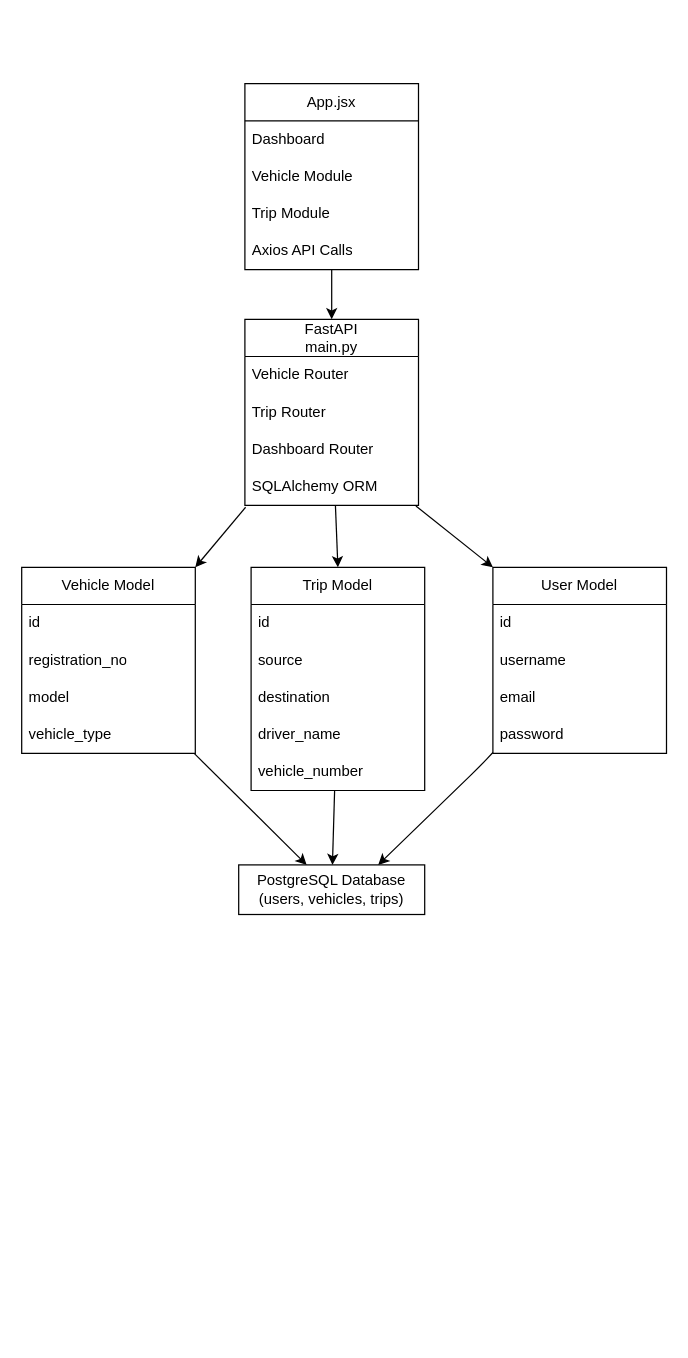
Earlier version of the draw.io diagram docs/diagrams/class-diagram.drawio (Abishekcoder18/vehicle-tracking-platform). Source tidied: cells renumbered, new cells numbered last; positions are measured from the earlier drawing's top-left corner, leaving out a move shared by most shapes. Both pictures are drawn from the tidied source at 124%, with x=0, y=0 at pixel (21, 83).
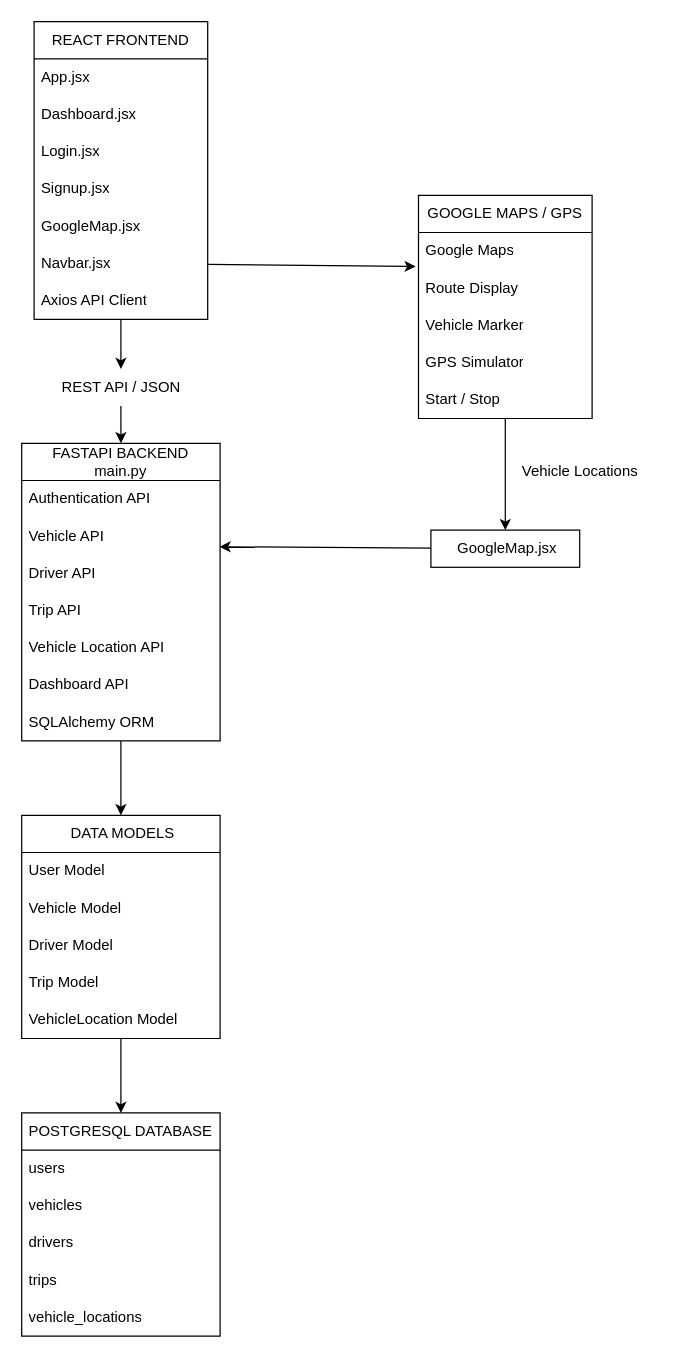
The same page after the edit.

The edit, as a diff of the source:
```diff
@@
-    <mxCell id="2" style="edgeStyle=none;html=1;entryX=0.5;entryY=0;entryDx=0;entryDy=0;" parent="1" edge="1" source="3" target="10">
-      <mxGeometry relative="1" as="geometry" />
-    </mxCell>
+    <mxCell id="36" style="edgeStyle=none;html=1;" parent="1" edge="1" source="3" target="45">
+      <mxGeometry relative="1" as="geometry" />
+    </mxCell>
-    <mxCell id="3" value="App.jsx" style="swimlane;fontStyle=0;horizontal=1;startSize=30;whiteSpace=wrap;html=1;" parent="1" vertex="1">
-      <mxGeometry x="180" width="140" height="150" as="geometry" />
+    <mxCell id="3" value="REACT FRONTEND" style="swimlane;fontStyle=0;horizontal=1;startSize=30;whiteSpace=wrap;html=1;" parent="1" vertex="1">
+      <mxGeometry x="10" y="-50" width="140" height="240" as="geometry" />
     </mxCell>
-    <mxCell id="4" value="Dashboard" style="text;strokeColor=none;fillColor=none;align=left;verticalAlign=middle;spacingLeft=4;spacingRight=4;overflow=hidden;whiteSpace=wrap;html=1;" parent="3" vertex="1">
+    <mxCell id="4" value="App.jsx " style="text;strokeColor=none;fillColor=none;align=left;verticalAlign=middle;spacingLeft=4;spacingRight=4;overflow=hidden;whiteSpace=wrap;html=1;" parent="3" vertex="1">
       <mxGeometry y="30" width="140" height="30" as="geometry" />
     </mxCell>
-    <mxCell id="5" value="Vehicle Module" style="text;strokeColor=none;fillColor=none;align=left;verticalAlign=middle;spacingLeft=4;spacingRight=4;overflow=hidden;whiteSpace=wrap;html=1;" parent="3" vertex="1">
+    <mxCell id="5" value=" Dashboard.jsx " style="text;strokeColor=none;fillColor=none;align=left;verticalAlign=middle;spacingLeft=4;spacingRight=4;overflow=hidden;whiteSpace=wrap;html=1;" parent="3" vertex="1">
       <mxGeometry y="60" width="140" height="30" as="geometry" />
     </mxCell>
-    <mxCell id="6" value="Trip Module" style="text;strokeColor=none;fillColor=none;align=left;verticalAlign=middle;spacingLeft=4;spacingRight=4;overflow=hidden;whiteSpace=wrap;html=1;" parent="3" vertex="1">
+    <mxCell id="6" value="Login.jsx " style="text;strokeColor=none;fillColor=none;align=left;verticalAlign=middle;spacingLeft=4;spacingRight=4;overflow=hidden;whiteSpace=wrap;html=1;" parent="3" vertex="1">
       <mxGeometry y="90" width="140" height="30" as="geometry" />
     </mxCell>
-    <mxCell id="7" value="Axios API Calls" style="text;strokeColor=none;fillColor=none;align=left;verticalAlign=middle;spacingLeft=4;spacingRight=4;overflow=hidden;whiteSpace=wrap;html=1;" parent="3" vertex="1">
+    <mxCell id="7" value="Signup.jsx" style="text;strokeColor=none;fillColor=none;align=left;verticalAlign=middle;spacingLeft=4;spacingRight=4;overflow=hidden;whiteSpace=wrap;html=1;" parent="3" vertex="1">
       <mxGeometry y="120" width="140" height="30" as="geometry" />
     </mxCell>
-    <mxCell id="8" style="edgeStyle=none;html=1;entryX=0;entryY=0;entryDx=0;entryDy=0;exitX=0.985;exitY=1.018;exitDx=0;exitDy=0;exitPerimeter=0;" parent="1" edge="1" source="14" target="23">
-      <mxGeometry relative="1" as="geometry" />
-    </mxCell>
-    <mxCell id="9" style="edgeStyle=none;html=1;entryX=0.5;entryY=0;entryDx=0;entryDy=0;" parent="1" edge="1" source="10" target="16">
-      <mxGeometry relative="1" as="geometry" />
-    </mxCell>
+    <mxCell id="37" value="GoogleMap.jsx" style="text;strokeColor=none;fillColor=none;align=left;verticalAlign=middle;spacingLeft=4;spacingRight=4;overflow=hidden;whiteSpace=wrap;html=1;" parent="3" vertex="1">
+      <mxGeometry y="150" width="140" height="30" as="geometry" />
+    </mxCell>
+    <mxCell id="38" value="Navbar.jsx          " style="text;strokeColor=none;fillColor=none;align=left;verticalAlign=middle;spacingLeft=4;spacingRight=4;overflow=hidden;points=[[0,0.5],[1,0.5]];portConstraint=eastwest;whiteSpace=wrap;html=1;" parent="3" vertex="1">
+      <mxGeometry y="180" width="140" height="30" as="geometry" />
+    </mxCell>
+    <mxCell id="39" value="Axios API Client" style="text;strokeColor=none;fillColor=none;align=left;verticalAlign=middle;spacingLeft=4;spacingRight=4;overflow=hidden;whiteSpace=wrap;html=1;" parent="3" vertex="1">
+      <mxGeometry y="210" width="140" height="30" as="geometry" />
+    </mxCell>
+    <mxCell id="40" style="edgeStyle=none;html=1;entryX=0.5;entryY=0;entryDx=0;entryDy=0;" parent="1" edge="1" source="10" target="47">
+      <mxGeometry relative="1" as="geometry" />
+    </mxCell>
-    <mxCell id="10" value="FastAPI&lt;div&gt;main.py&lt;/div&gt;" style="swimlane;fontStyle=0;horizontal=1;startSize=30;whiteSpace=wrap;html=1;" parent="1" vertex="1">
-      <mxGeometry x="180" y="190" width="140" height="150" as="geometry" />
+    <mxCell id="10" value="FASTAPI BACKEND&lt;br&gt;&lt;div&gt;main.py&lt;/div&gt;" style="swimlane;fontStyle=0;horizontal=1;startSize=30;whiteSpace=wrap;html=1;" parent="1" vertex="1">
+      <mxGeometry y="290" width="160" height="240" as="geometry" />
     </mxCell>
-    <mxCell id="11" value="Vehicle Router" style="text;strokeColor=none;fillColor=none;align=left;verticalAlign=middle;spacingLeft=4;spacingRight=4;overflow=hidden;whiteSpace=wrap;html=1;" parent="10" vertex="1">
-      <mxGeometry y="30" width="140" height="30" as="geometry" />
+    <mxCell id="11" value="Authentication API" style="text;strokeColor=none;fillColor=none;align=left;verticalAlign=middle;spacingLeft=4;spacingRight=4;overflow=hidden;whiteSpace=wrap;html=1;" parent="10" vertex="1">
+      <mxGeometry y="30" width="160" height="30" as="geometry" />
     </mxCell>
-    <mxCell id="12" value="Trip Router" style="text;strokeColor=none;fillColor=none;align=left;verticalAlign=middle;spacingLeft=4;spacingRight=4;overflow=hidden;points=[[0,0.5],[1,0.5]];portConstraint=eastwest;whiteSpace=wrap;html=1;" parent="10" vertex="1">
-      <mxGeometry y="60" width="140" height="30" as="geometry" />
+    <mxCell id="12" value="Vehicle API" style="text;strokeColor=none;fillColor=none;align=left;verticalAlign=middle;spacingLeft=4;spacingRight=4;overflow=hidden;points=[[0,0.5],[1,0.5]];portConstraint=eastwest;whiteSpace=wrap;html=1;" parent="10" vertex="1">
+      <mxGeometry y="60" width="160" height="30" as="geometry" />
     </mxCell>
-    <mxCell id="13" value="Dashboard Router " style="text;strokeColor=none;fillColor=none;align=left;verticalAlign=middle;spacingLeft=4;spacingRight=4;overflow=hidden;whiteSpace=wrap;html=1;" parent="10" vertex="1">
-      <mxGeometry y="90" width="140" height="30" as="geometry" />
+    <mxCell id="13" value="Driver API  " style="text;strokeColor=none;fillColor=none;align=left;verticalAlign=middle;spacingLeft=4;spacingRight=4;overflow=hidden;whiteSpace=wrap;html=1;" parent="10" vertex="1">
+      <mxGeometry y="90" width="160" height="30" as="geometry" />
     </mxCell>
-    <mxCell id="14" value="SQLAlchemy ORM " style="text;strokeColor=none;fillColor=none;align=left;verticalAlign=middle;spacingLeft=4;spacingRight=4;overflow=hidden;points=[[0,0.5],[1,0.5]];portConstraint=eastwest;whiteSpace=wrap;html=1;" parent="10" vertex="1">
-      <mxGeometry y="120" width="140" height="30" as="geometry" />
+    <mxCell id="14" value="Trip API   " style="text;strokeColor=none;fillColor=none;align=left;verticalAlign=middle;spacingLeft=4;spacingRight=4;overflow=hidden;points=[[0,0.5],[1,0.5]];portConstraint=eastwest;whiteSpace=wrap;html=1;" parent="10" vertex="1">
+      <mxGeometry y="120" width="160" height="30" as="geometry" />
     </mxCell>
-    <mxCell id="15" style="edgeStyle=none;html=1;" parent="1" edge="1" source="16" target="34">
-      <mxGeometry relative="1" as="geometry" />
-    </mxCell>
+    <mxCell id="41" value="Vehicle Location API&amp;nbsp;" style="text;strokeColor=none;fillColor=none;align=left;verticalAlign=middle;spacingLeft=4;spacingRight=4;overflow=hidden;whiteSpace=wrap;html=1;" parent="10" vertex="1">
+      <mxGeometry y="150" width="160" height="30" as="geometry" />
+    </mxCell>
+    <mxCell id="42" value="Dashboard API   " style="text;strokeColor=none;fillColor=none;align=left;verticalAlign=middle;spacingLeft=4;spacingRight=4;overflow=hidden;whiteSpace=wrap;html=1;" parent="10" vertex="1">
+      <mxGeometry y="180" width="160" height="30" as="geometry" />
+    </mxCell>
+    <mxCell id="43" value="SQLAlchemy ORM    " style="text;strokeColor=none;fillColor=none;align=left;verticalAlign=middle;spacingLeft=4;spacingRight=4;overflow=hidden;whiteSpace=wrap;html=1;" parent="10" vertex="1">
+      <mxGeometry y="210" width="160" height="30" as="geometry" />
+    </mxCell>
+    <mxCell id="44" style="edgeStyle=none;html=1;entryX=0.5;entryY=0;entryDx=0;entryDy=0;" parent="1" edge="1" source="45" target="10">
+      <mxGeometry relative="1" as="geometry" />
+    </mxCell>
+    <mxCell id="45" value="REST API / JSON" style="text;html=1;align=center;verticalAlign=middle;points=[];strokeColor=none;fillColor=none;" parent="1" vertex="1">
+      <mxGeometry x="20" y="230" width="120" height="30" as="geometry" />
+    </mxCell>
+    <mxCell id="46" style="edgeStyle=none;html=1;entryX=0.5;entryY=0;entryDx=0;entryDy=0;" parent="1" edge="1" source="47" target="50">
+      <mxGeometry relative="1" as="geometry" />
+    </mxCell>
+    <mxCell id="47" value="&amp;nbsp;DATA MODELS" style="swimlane;fontStyle=0;horizontal=1;startSize=30;whiteSpace=wrap;html=1;" parent="1" vertex="1">
+      <mxGeometry y="590" width="160" height="180" as="geometry" />
+    </mxCell>
+    <mxCell id="23" value="User Model " style="text;strokeColor=none;fillColor=none;align=left;verticalAlign=middle;spacingLeft=4;spacingRight=4;overflow=hidden;points=[[0,0.5],[1,0.5]];portConstraint=eastwest;whiteSpace=wrap;html=1;" parent="47" vertex="1">
+      <mxGeometry y="30" width="160" height="30" as="geometry" />
+    </mxCell>
+    <mxCell id="29" value="Vehicle Model " style="text;strokeColor=none;fillColor=none;align=left;verticalAlign=middle;spacingLeft=4;spacingRight=4;overflow=hidden;points=[[0,0.5],[1,0.5]];portConstraint=eastwest;whiteSpace=wrap;html=1;" parent="47" vertex="1">
+      <mxGeometry y="60" width="160" height="30" as="geometry" />
+    </mxCell>
+    <mxCell id="48" value="Driver Model  " style="text;strokeColor=none;fillColor=none;align=left;verticalAlign=middle;spacingLeft=4;spacingRight=4;overflow=hidden;whiteSpace=wrap;html=1;" parent="47" vertex="1">
+      <mxGeometry y="90" width="160" height="30" as="geometry" />
+    </mxCell>
-    <mxCell id="16" value="Trip Model" style="swimlane;fontStyle=0;horizontal=1;startSize=30;whiteSpace=wrap;html=1;" parent="1" vertex="1">
-      <mxGeometry x="185" y="390" width="140" height="180" as="geometry" />
+    <mxCell id="16" value="Trip Model    " style="text;strokeColor=none;fillColor=none;align=left;verticalAlign=middle;spacingLeft=4;spacingRight=4;overflow=hidden;points=[[0,0.5],[1,0.5]];portConstraint=eastwest;whiteSpace=wrap;html=1;" parent="47" vertex="1">
+      <mxGeometry y="120" width="160" height="30" as="geometry" />
     </mxCell>
-    <mxCell id="17" value="id" style="text;strokeColor=none;fillColor=none;align=left;verticalAlign=middle;spacingLeft=4;spacingRight=4;overflow=hidden;whiteSpace=wrap;html=1;" parent="16" vertex="1">
-      <mxGeometry y="30" width="140" height="30" as="geometry" />
-    </mxCell>
-    <mxCell id="18" value="source" style="text;strokeColor=none;fillColor=none;align=left;verticalAlign=middle;spacingLeft=4;spacingRight=4;overflow=hidden;whiteSpace=wrap;html=1;" parent="16" vertex="1">
-      <mxGeometry y="60" width="140" height="30" as="geometry" />
-    </mxCell>
-    <mxCell id="19" value="destination " style="text;strokeColor=none;fillColor=none;align=left;verticalAlign=middle;spacingLeft=4;spacingRight=4;overflow=hidden;whiteSpace=wrap;html=1;" parent="16" vertex="1">
-      <mxGeometry y="90" width="140" height="30" as="geometry" />
-    </mxCell>
-    <mxCell id="20" value="driver_name " style="text;strokeColor=none;fillColor=none;align=left;verticalAlign=middle;spacingLeft=4;spacingRight=4;overflow=hidden;whiteSpace=wrap;html=1;" parent="16" vertex="1">
-      <mxGeometry y="120" width="140" height="30" as="geometry" />
-    </mxCell>
-    <mxCell id="21" value="vehicle_number " style="text;strokeColor=none;fillColor=none;align=left;verticalAlign=middle;spacingLeft=4;spacingRight=4;overflow=hidden;whiteSpace=wrap;html=1;" parent="16" vertex="1">
-      <mxGeometry y="150" width="140" height="30" as="geometry" />
-    </mxCell>
-    <mxCell id="22" style="edgeStyle=none;html=1;entryX=0.75;entryY=0;entryDx=0;entryDy=0;" parent="1" edge="1" source="23" target="34">
-      <mxGeometry relative="1" as="geometry">
-        <Array as="points">
-          <mxPoint x="370" y="550" />
-        </Array>
-      </mxGeometry>
-    </mxCell>
-    <mxCell id="23" value="User Model" style="swimlane;fontStyle=0;horizontal=1;startSize=30;whiteSpace=wrap;html=1;" parent="1" vertex="1">
-      <mxGeometry x="380" y="390" width="140" height="150" as="geometry" />
-    </mxCell>
-    <mxCell id="24" value="id" style="text;strokeColor=none;fillColor=none;align=left;verticalAlign=middle;spacingLeft=4;spacingRight=4;overflow=hidden;whiteSpace=wrap;html=1;" parent="23" vertex="1">
-      <mxGeometry y="30" width="140" height="30" as="geometry" />
-    </mxCell>
-    <mxCell id="25" value="username" style="text;strokeColor=none;fillColor=none;align=left;verticalAlign=middle;spacingLeft=4;spacingRight=4;overflow=hidden;whiteSpace=wrap;html=1;" parent="23" vertex="1">
-      <mxGeometry y="60" width="140" height="30" as="geometry" />
-    </mxCell>
-    <mxCell id="26" value=" email " style="text;strokeColor=none;fillColor=none;align=left;verticalAlign=middle;spacingLeft=4;spacingRight=4;overflow=hidden;whiteSpace=wrap;html=1;" parent="23" vertex="1">
-      <mxGeometry y="90" width="140" height="30" as="geometry" />
-    </mxCell>
-    <mxCell id="27" value="password" style="text;strokeColor=none;fillColor=none;align=left;verticalAlign=middle;spacingLeft=4;spacingRight=4;overflow=hidden;whiteSpace=wrap;html=1;" parent="23" vertex="1">
-      <mxGeometry y="120" width="140" height="30" as="geometry" />
-    </mxCell>
-    <mxCell id="28" style="edgeStyle=none;html=1;exitX=0.995;exitY=1.01;exitDx=0;exitDy=0;exitPerimeter=0;" parent="1" edge="1" source="33" target="34">
-      <mxGeometry relative="1" as="geometry" />
-    </mxCell>
-    <mxCell id="29" value="Vehicle Model" style="swimlane;fontStyle=0;horizontal=1;startSize=30;whiteSpace=wrap;html=1;" parent="1" vertex="1">
-      <mxGeometry y="390" width="140" height="150" as="geometry" />
-    </mxCell>
-    <mxCell id="30" value="id" style="text;strokeColor=none;fillColor=none;align=left;verticalAlign=middle;spacingLeft=4;spacingRight=4;overflow=hidden;whiteSpace=wrap;html=1;" parent="29" vertex="1">
-      <mxGeometry y="30" width="140" height="30" as="geometry" />
-    </mxCell>
-    <mxCell id="31" value="registration_no" style="text;strokeColor=none;fillColor=none;align=left;verticalAlign=middle;spacingLeft=4;spacingRight=4;overflow=hidden;whiteSpace=wrap;html=1;" parent="29" vertex="1">
-      <mxGeometry y="60" width="140" height="30" as="geometry" />
-    </mxCell>
-    <mxCell id="32" value="model " style="text;strokeColor=none;fillColor=none;align=left;verticalAlign=middle;spacingLeft=4;spacingRight=4;overflow=hidden;whiteSpace=wrap;html=1;" parent="29" vertex="1">
-      <mxGeometry y="90" width="140" height="30" as="geometry" />
-    </mxCell>
-    <mxCell id="33" value="vehicle_type  " style="text;strokeColor=none;fillColor=none;align=left;verticalAlign=middle;spacingLeft=4;spacingRight=4;overflow=hidden;points=[[0,0.5],[1,0.5]];portConstraint=eastwest;whiteSpace=wrap;html=1;" parent="29" vertex="1">
-      <mxGeometry y="120" width="140" height="30" as="geometry" />
-    </mxCell>
-    <mxCell id="34" value="&lt;div&gt;&lt;font color=&quot;#000000&quot;&gt;PostgreSQL Database&lt;/font&gt;&lt;/div&gt;&lt;div&gt;&lt;font color=&quot;#000000&quot;&gt;(users, vehicles, trips)&lt;/font&gt;&lt;/div&gt;" style="rounded=0;whiteSpace=wrap;html=1;" parent="1" vertex="1">
-      <mxGeometry x="175" y="630" width="150" height="40" as="geometry" />
-    </mxCell>
-    <mxCell id="35" style="edgeStyle=none;html=1;entryX=1;entryY=0;entryDx=0;entryDy=0;exitX=0.004;exitY=1.053;exitDx=0;exitDy=0;exitPerimeter=0;" parent="1" edge="1" source="14" target="29">
-      <mxGeometry relative="1" as="geometry" />
-    </mxCell>
+    <mxCell id="49" value="VehicleLocation Model   " style="text;strokeColor=none;fillColor=none;align=left;verticalAlign=middle;spacingLeft=4;spacingRight=4;overflow=hidden;whiteSpace=wrap;html=1;" parent="47" vertex="1">
+      <mxGeometry y="150" width="160" height="30" as="geometry" />
+    </mxCell>
+    <mxCell id="50" value="POSTGRESQL DATABASE" style="swimlane;fontStyle=0;horizontal=1;startSize=30;whiteSpace=wrap;html=1;" parent="1" vertex="1">
+      <mxGeometry y="830" width="160" height="180" as="geometry" />
+    </mxCell>
+    <mxCell id="51" value="users   " style="text;strokeColor=none;fillColor=none;align=left;verticalAlign=middle;spacingLeft=4;spacingRight=4;overflow=hidden;whiteSpace=wrap;html=1;" parent="50" vertex="1">
+      <mxGeometry y="30" width="160" height="30" as="geometry" />
+    </mxCell>
+    <mxCell id="52" value="vehicles  " style="text;strokeColor=none;fillColor=none;align=left;verticalAlign=middle;spacingLeft=4;spacingRight=4;overflow=hidden;whiteSpace=wrap;html=1;" parent="50" vertex="1">
+      <mxGeometry y="60" width="160" height="30" as="geometry" />
+    </mxCell>
+    <mxCell id="53" value="drivers     " style="text;strokeColor=none;fillColor=none;align=left;verticalAlign=middle;spacingLeft=4;spacingRight=4;overflow=hidden;whiteSpace=wrap;html=1;" parent="50" vertex="1">
+      <mxGeometry y="90" width="160" height="30" as="geometry" />
+    </mxCell>
+    <mxCell id="54" value="trips     " style="text;strokeColor=none;fillColor=none;align=left;verticalAlign=middle;spacingLeft=4;spacingRight=4;overflow=hidden;whiteSpace=wrap;html=1;" parent="50" vertex="1">
+      <mxGeometry y="120" width="160" height="30" as="geometry" />
+    </mxCell>
+    <mxCell id="55" value="vehicle_locations    " style="text;strokeColor=none;fillColor=none;align=left;verticalAlign=middle;spacingLeft=4;spacingRight=4;overflow=hidden;whiteSpace=wrap;html=1;" parent="50" vertex="1">
+      <mxGeometry y="150" width="160" height="30" as="geometry" />
+    </mxCell>
+    <mxCell id="56" style="edgeStyle=none;html=1;entryX=0.5;entryY=0;entryDx=0;entryDy=0;" parent="1" edge="1" source="57" target="63">
+      <mxGeometry relative="1" as="geometry" />
+    </mxCell>
+    <mxCell id="57" value="GOOGLE MAPS / GPS" style="swimlane;fontStyle=0;horizontal=1;startSize=30;whiteSpace=wrap;html=1;" parent="1" vertex="1">
+      <mxGeometry x="320" y="90" width="140" height="180" as="geometry" />
+    </mxCell>
+    <mxCell id="58" value="Google Maps " style="text;strokeColor=none;fillColor=none;align=left;verticalAlign=middle;spacingLeft=4;spacingRight=4;overflow=hidden;points=[[0,0.5],[1,0.5]];portConstraint=eastwest;whiteSpace=wrap;html=1;" parent="57" vertex="1">
+      <mxGeometry y="30" width="140" height="30" as="geometry" />
+    </mxCell>
+    <mxCell id="59" value=" Route Display " style="text;strokeColor=none;fillColor=none;align=left;verticalAlign=middle;spacingLeft=4;spacingRight=4;overflow=hidden;whiteSpace=wrap;html=1;" parent="57" vertex="1">
+      <mxGeometry y="60" width="140" height="30" as="geometry" />
+    </mxCell>
+    <mxCell id="60" value="Vehicle Marker " style="text;strokeColor=none;fillColor=none;align=left;verticalAlign=middle;spacingLeft=4;spacingRight=4;overflow=hidden;whiteSpace=wrap;html=1;" parent="57" vertex="1">
+      <mxGeometry y="90" width="140" height="30" as="geometry" />
+    </mxCell>
+    <mxCell id="61" value="GPS Simulator " style="text;strokeColor=none;fillColor=none;align=left;verticalAlign=middle;spacingLeft=4;spacingRight=4;overflow=hidden;whiteSpace=wrap;html=1;" parent="57" vertex="1">
+      <mxGeometry y="120" width="140" height="30" as="geometry" />
+    </mxCell>
+    <mxCell id="62" value=" Start / Stop" style="text;strokeColor=none;fillColor=none;align=left;verticalAlign=middle;spacingLeft=4;spacingRight=4;overflow=hidden;whiteSpace=wrap;html=1;" parent="57" vertex="1">
+      <mxGeometry y="150" width="140" height="30" as="geometry" />
+    </mxCell>
+    <mxCell id="63" value="&amp;nbsp;GoogleMap.jsx" style="whiteSpace=wrap;html=1;" parent="1" vertex="1">
+      <mxGeometry x="330" y="360" width="120" height="30" as="geometry" />
+    </mxCell>
+    <mxCell id="64" style="edgeStyle=none;html=1;entryX=-0.016;entryY=0.914;entryDx=0;entryDy=0;entryPerimeter=0;" parent="1" edge="1" source="38" target="58">
+      <mxGeometry relative="1" as="geometry" />
+    </mxCell>
+    <mxCell id="65" value="Vehicle Locations" style="text;html=1;align=center;verticalAlign=middle;strokeColor=none;fillColor=none;" parent="1" vertex="1">
+      <mxGeometry x="390" y="298" width="120" height="30" as="geometry" />
+    </mxCell>
+    <mxCell id="66" style="edgeStyle=none;html=1;entryX=0.997;entryY=0.781;entryDx=0;entryDy=0;entryPerimeter=0;" parent="1" edge="1" source="63" target="12">
+      <mxGeometry relative="1" as="geometry" />
+    </mxCell>
```
